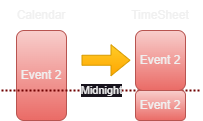
JanVasko1/KM-Calendar_Reading keeps this draw.io diagram as images/OverNight.png. Above is the earlier version. Source tidied: cells renumbered, new cells last; positions are measured from the earlier drawing's top-left corner, leaving out a move shared by most shapes.
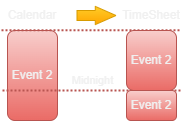
After the commit.

Diff of the diagram source:
```diff
@@ -5,34 +5,40 @@
     <mxCell id="2" value="Event 2" style="rounded=1;whiteSpace=wrap;html=1;fillColor=#f8cecc;strokeColor=#b85450;gradientColor=#ea6b66;" parent="1" vertex="1">
       <mxGeometry x="15" y="30" width="50" height="90" as="geometry" />
     </mxCell>
-    <mxCell id="3" style="endArrow=none;dashed=1;html=1;dashPattern=1 1;strokeWidth=2;rounded=0;fillColor=#a20025;strokeColor=#6F0000;" parent="1" edge="1">
-      <mxGeometry relative="1" as="geometry">
-        <mxPoint y="90" as="sourcePoint" />
-        <mxPoint x="200" y="90" as="targetPoint" />
-      </mxGeometry>
+    <mxCell id="3" value="Calendar" style="text;html=1;align=center;verticalAlign=middle;whiteSpace=wrap;rounded=0;" parent="1" vertex="1">
+      <mxGeometry x="10" width="60" height="30" as="geometry" />
     </mxCell>
-    <mxCell id="4" value="Midnight" style="edgeLabel;html=1;align=center;verticalAlign=middle;" parent="3" vertex="1">
-      <mxGeometry x="-0.19" y="2" relative="1" as="geometry">
-        <mxPoint x="19" y="2" as="offset" />
-      </mxGeometry>
+    <mxCell id="4" value="TimeSheet" style="text;html=1;align=center;verticalAlign=middle;whiteSpace=wrap;rounded=0;" parent="1" vertex="1">
+      <mxGeometry x="129" width="60" height="30" as="geometry" />
     </mxCell>
-    <mxCell id="5" value="Calendar" style="text;html=1;align=center;verticalAlign=middle;whiteSpace=wrap;rounded=0;" parent="1" vertex="1">
-      <mxGeometry x="10" width="60" height="30" as="geometry" />
+    <mxCell id="5" style="shape=flexArrow;endArrow=classic;html=1;rounded=0;fillColor=#ffcd28;gradientColor=#ffa500;strokeColor=#d79b00;endWidth=7.209302325581396;endSize=6.574418604651163;" parent="1" edge="1">
+      <mxGeometry relative="1" as="geometry">
+        <mxPoint x="84" y="15" as="sourcePoint" />
+        <mxPoint x="124" y="15" as="targetPoint" />
+      </mxGeometry>
     </mxCell>
-    <mxCell id="6" value="TimeSheet" style="text;html=1;align=center;verticalAlign=middle;whiteSpace=wrap;rounded=0;" parent="1" vertex="1">
-      <mxGeometry x="129" width="60" height="30" as="geometry" />
+    <mxCell id="6" style="endArrow=none;dashed=1;html=1;dashPattern=1 1;strokeWidth=2;rounded=0;fillColor=#f8cecc;strokeColor=#b85450;gradientColor=#ea6b66;" parent="1" edge="1">
+      <mxGeometry relative="1" as="geometry">
+        <mxPoint x="10" y="90" as="sourcePoint" />
+        <mxPoint x="190" y="90" as="targetPoint" />
+      </mxGeometry>
     </mxCell>
-    <mxCell id="7" value="Event 2" style="rounded=1;whiteSpace=wrap;html=1;fillColor=#f8cecc;strokeColor=#b85450;gradientColor=#ea6b66;" parent="1" vertex="1">
-      <mxGeometry x="134" y="30" width="50" height="60" as="geometry" />
+    <mxCell id="7" value="Midnight" style="edgeLabel;html=1;align=center;verticalAlign=middle;labelBackgroundColor=none;" parent="6" vertex="1">
+      <mxGeometry x="-0.09" y="1" relative="1" as="geometry">
+        <mxPoint x="8" y="-9" as="offset" />
+      </mxGeometry>
     </mxCell>
-    <mxCell id="8" style="shape=flexArrow;endArrow=classic;html=1;rounded=0;fillColor=#ffcd28;gradientColor=#ffa500;strokeColor=#d79b00;" parent="1" edge="1">
+    <mxCell id="8" style="endArrow=none;dashed=1;html=1;dashPattern=1 1;strokeWidth=2;rounded=0;fillColor=#f8cecc;strokeColor=#b85450;gradientColor=#ea6b66;entryX=1;entryY=1;entryDx=0;entryDy=0;" parent="1" edge="1">
       <mxGeometry relative="1" as="geometry">
-        <mxPoint x="80" y="59.8" as="sourcePoint" />
-        <mxPoint x="129" y="59.8" as="targetPoint" />
+        <mxPoint x="9" y="29.8" as="sourcePoint" />
+        <mxPoint x="189" y="29.8" as="targetPoint" />
       </mxGeometry>
     </mxCell>
     <mxCell id="9" value="Event 2" style="rounded=1;whiteSpace=wrap;html=1;fillColor=#f8cecc;strokeColor=#b85450;gradientColor=#ea6b66;" parent="1" vertex="1">
-      <mxGeometry x="134" y="90" width="50" height="30" as="geometry" />
+      <mxGeometry x="134" y="30" width="50" height="60" as="geometry" />
     </mxCell>
+    <mxCell id="10" value="Event 2" style="rounded=1;whiteSpace=wrap;html=1;fillColor=#f8cecc;strokeColor=#b85450;gradientColor=#ea6b66;" parent="1" vertex="1">
+      <mxGeometry x="134" y="90" width="50" height="30" as="geometry" />
+    </mxCell>
   </root>
 </mxGraphModel>
```
